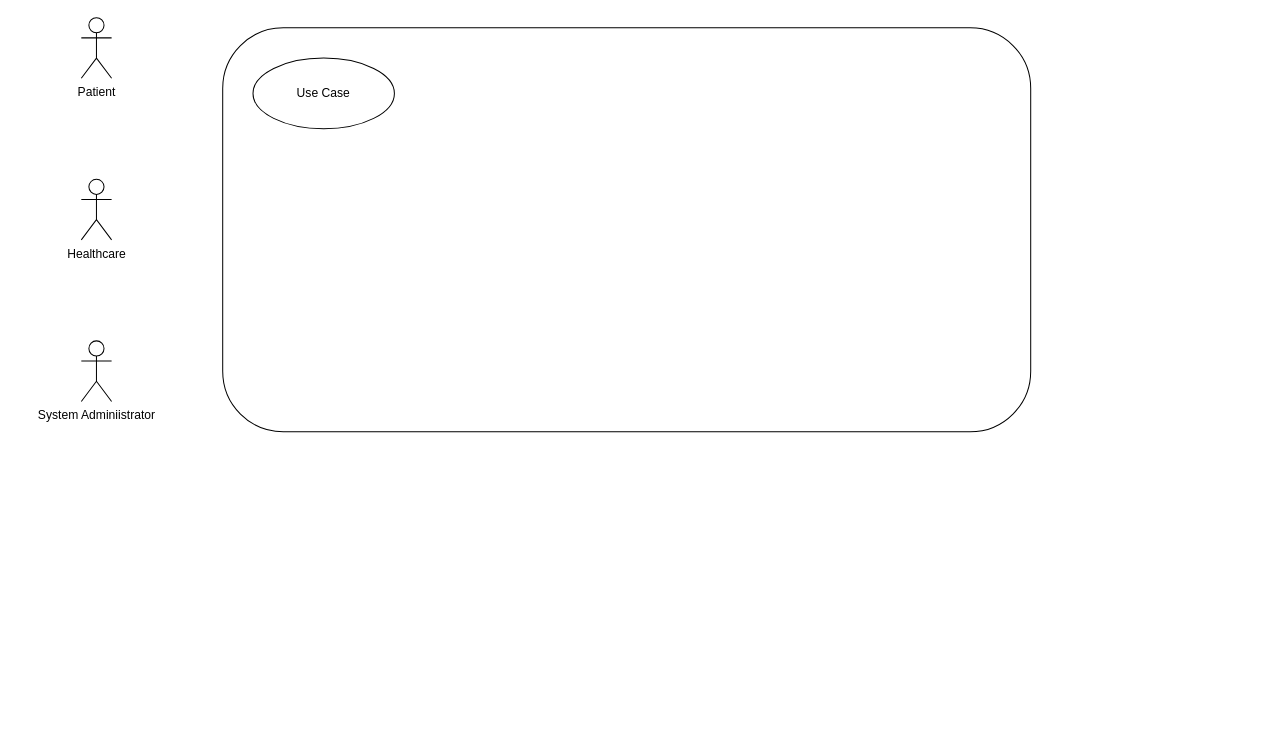
Earlier version of the draw.io diagram Task 1/source/pages/03e_Main_Use_Cases.drawio (SteinarVrenne/school_imt3501). Source tidied: cells renumbered, new cells numbered last; positions are measured from the earlier drawing's top-left corner, leaving out a move shared by most shapes. Both pictures are drawn from the tidied source at 101%, with x=0, y=0 at pixel (81, 17).
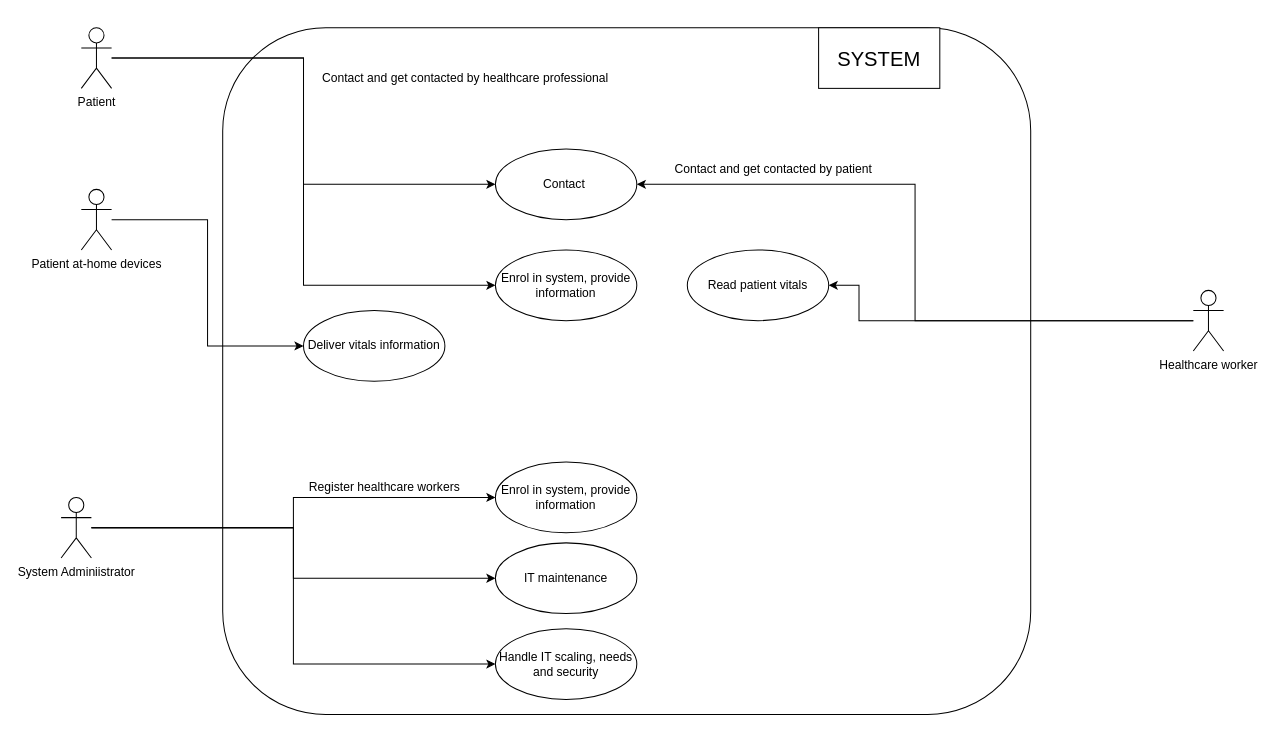
After the change.

Commit message (it also covers changes not shown here):
Work on 03e Use Case Diagram

Change to the diagram source:
```diff
@@
+    <mxCell id="5" style="rounded=1;whiteSpace=wrap;html=1;" parent="1" vertex="1">
+      <mxGeometry x="140" y="10" width="800" height="680" as="geometry" />
+    </mxCell>
+    <mxCell id="7" style="edgeStyle=orthogonalEdgeStyle;rounded=0;jettySize=auto;html=1;entryX=0;entryY=0.5;entryDx=0;entryDy=0;" parent="1" edge="1" source="2" target="6">
+      <mxGeometry relative="1" as="geometry" />
+    </mxCell>
+    <mxCell id="8" style="edgeStyle=orthogonalEdgeStyle;rounded=0;jettySize=auto;html=1;entryX=0;entryY=0.5;entryDx=0;entryDy=0;" parent="1" edge="1" source="2" target="14">
+      <mxGeometry relative="1" as="geometry" />
+    </mxCell>
     <mxCell id="2" value="Patient&lt;br&gt;" style="shape=umlActor;verticalLabelPosition=bottom;labelBackgroundColor=#ffffff;verticalAlign=top;html=1;" parent="1" vertex="1">
-      <mxGeometry width="30" height="60" as="geometry" />
+      <mxGeometry y="10" width="30" height="60" as="geometry" />
     </mxCell>
+    <mxCell id="9" style="edgeStyle=orthogonalEdgeStyle;rounded=0;jettySize=auto;html=1;entryX=1;entryY=0.5;entryDx=0;entryDy=0;" parent="1" edge="1" source="3" target="6">
+      <mxGeometry relative="1" as="geometry" />
+    </mxCell>
+    <mxCell id="10" style="edgeStyle=orthogonalEdgeStyle;rounded=0;jettySize=auto;html=1;entryX=1;entryY=0.5;entryDx=0;entryDy=0;" parent="1" edge="1" source="3" target="19">
+      <mxGeometry relative="1" as="geometry">
+        <Array as="points">
+          <mxPoint x="770" y="300" />
+          <mxPoint x="770" y="265" />
+        </Array>
+      </mxGeometry>
+    </mxCell>
-    <mxCell id="3" value="Healthcare" style="shape=umlActor;verticalLabelPosition=bottom;labelBackgroundColor=#ffffff;verticalAlign=top;html=1;" parent="1" vertex="1">
-      <mxGeometry y="160" width="30" height="60" as="geometry" />
+    <mxCell id="3" value="Healthcare worker" style="shape=umlActor;verticalLabelPosition=bottom;labelBackgroundColor=#ffffff;verticalAlign=top;html=1;" parent="1" vertex="1">
+      <mxGeometry x="1101" y="270" width="30" height="60" as="geometry" />
     </mxCell>
+    <mxCell id="11" style="edgeStyle=orthogonalEdgeStyle;rounded=0;jettySize=auto;html=1;entryX=0;entryY=0.5;entryDx=0;entryDy=0;" parent="1" edge="1" source="4" target="17">
+      <mxGeometry relative="1" as="geometry" />
+    </mxCell>
+    <mxCell id="12" style="edgeStyle=orthogonalEdgeStyle;rounded=0;jettySize=auto;html=1;" parent="1" edge="1" source="4" target="23">
+      <mxGeometry relative="1" as="geometry" />
+    </mxCell>
+    <mxCell id="13" style="edgeStyle=orthogonalEdgeStyle;rounded=0;jettySize=auto;html=1;entryX=0;entryY=0.5;entryDx=0;entryDy=0;" parent="1" edge="1" source="4" target="24">
+      <mxGeometry relative="1" as="geometry" />
+    </mxCell>
     <mxCell id="4" value="System Adminiistrator" style="shape=umlActor;verticalLabelPosition=bottom;labelBackgroundColor=#ffffff;verticalAlign=top;html=1;" parent="1" vertex="1">
-      <mxGeometry y="320" width="30" height="60" as="geometry" />
+      <mxGeometry x="-20" y="475" width="30" height="60" as="geometry" />
     </mxCell>
-    <mxCell id="5" style="rounded=1;whiteSpace=wrap;html=1;" parent="1" vertex="1">
-      <mxGeometry x="140" y="10" width="800" height="400" as="geometry" />
-    </mxCell>
-    <mxCell id="6" value="Use Case" style="ellipse;whiteSpace=wrap;html=1;" parent="1" vertex="1">
-      <mxGeometry x="170" y="40" width="140" height="70" as="geometry" />
+    <mxCell id="6" value="Contact&amp;nbsp;" style="ellipse;whiteSpace=wrap;html=1;" parent="1" vertex="1">
+      <mxGeometry x="410" y="130" width="140" height="70" as="geometry" />
     </mxCell>
+    <mxCell id="14" value="Enrol in system, provide information" style="ellipse;whiteSpace=wrap;html=1;" parent="1" vertex="1">
+      <mxGeometry x="410" y="230" width="140" height="70" as="geometry" />
+    </mxCell>
+    <mxCell id="15" value="Contact and get contacted by patient&lt;br&gt;" style="text;html=1;align=center;verticalAlign=middle;" parent="1" vertex="1">
+      <mxGeometry x="580" y="140" width="210" height="20" as="geometry" />
+    </mxCell>
+    <mxCell id="16" value="Contact and get contacted by healthcare professional" style="text;html=1;align=center;verticalAlign=middle;" parent="1" vertex="1">
+      <mxGeometry x="230" y="50" width="300" height="20" as="geometry" />
+    </mxCell>
+    <mxCell id="17" value="Enrol in system, provide information" style="ellipse;whiteSpace=wrap;html=1;" parent="1" vertex="1">
+      <mxGeometry x="410" y="440" width="140" height="70" as="geometry" />
+    </mxCell>
+    <mxCell id="18" value="Register healthcare workers" style="text;html=1;align=center;verticalAlign=middle;" parent="1" vertex="1">
+      <mxGeometry x="220" y="455" width="160" height="20" as="geometry" />
+    </mxCell>
+    <mxCell id="19" value="Read patient vitals" style="ellipse;whiteSpace=wrap;html=1;" parent="1" vertex="1">
+      <mxGeometry x="600" y="230" width="140" height="70" as="geometry" />
+    </mxCell>
+    <mxCell id="20" style="edgeStyle=orthogonalEdgeStyle;rounded=0;jettySize=auto;html=1;entryX=0;entryY=0.5;entryDx=0;entryDy=0;" parent="1" edge="1" source="21" target="22">
+      <mxGeometry relative="1" as="geometry" />
+    </mxCell>
+    <mxCell id="21" value="Patient at-home devices" style="shape=umlActor;verticalLabelPosition=bottom;labelBackgroundColor=#ffffff;verticalAlign=top;html=1;" parent="1" vertex="1">
+      <mxGeometry y="170" width="30" height="60" as="geometry" />
+    </mxCell>
+    <mxCell id="22" value="Deliver vitals information" style="ellipse;whiteSpace=wrap;html=1;" parent="1" vertex="1">
+      <mxGeometry x="220" y="290" width="140" height="70" as="geometry" />
+    </mxCell>
+    <mxCell id="23" value="IT maintenance" style="ellipse;whiteSpace=wrap;html=1;" parent="1" vertex="1">
+      <mxGeometry x="410" y="520" width="140" height="70" as="geometry" />
+    </mxCell>
+    <mxCell id="24" value="Handle IT scaling, needs and security" style="ellipse;whiteSpace=wrap;html=1;" parent="1" vertex="1">
+      <mxGeometry x="410" y="605" width="140" height="70" as="geometry" />
+    </mxCell>
+    <mxCell id="25" value="&lt;font style=&quot;font-size: 20px&quot;&gt;SYSTEM&lt;/font&gt;" style="rounded=0;whiteSpace=wrap;html=1;" parent="1" vertex="1">
+      <mxGeometry x="730" y="10" width="120" height="60" as="geometry" />
+    </mxCell>
```
